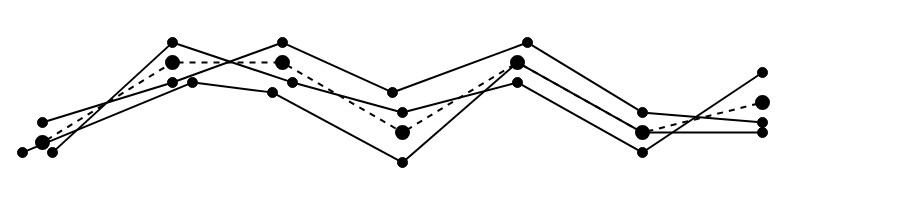
The draw.io diagram ReferenceCurveCalculation.drawio in bzumik1/UML, before the edit. Source tidied: cells renumbered, new cells numbered last; positions are measured from the earlier drawing's top-left corner, leaving out a move shared by most shapes. Both pictures are drawn from the tidied source at 100%, with x=0, y=0 at pixel (17, 37).
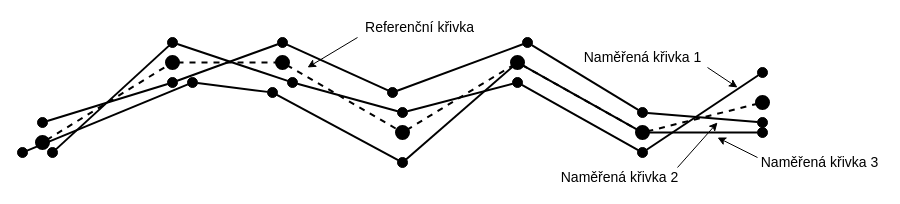
The same page after the edit.

Change to the diagram source:
```diff
@@
+    <mxCell id="56" value="&lt;font style=&quot;font-size: 14px&quot;&gt;Referenční křivka&lt;/font&gt;" style="text;html=1;strokeColor=none;fillColor=none;align=center;verticalAlign=middle;whiteSpace=wrap;rounded=0;" parent="1" vertex="1">
+      <mxGeometry x="340" y="-20" width="125" height="20" as="geometry" />
+    </mxCell>
+    <mxCell id="57" style="endArrow=classic;html=1;strokeWidth=1;fontSize=10;exitX=0;exitY=1;exitDx=0;exitDy=0;" parent="1" edge="1" source="56">
+      <mxGeometry relative="1" as="geometry">
+        <mxPoint x="290" y="30" as="targetPoint" />
+      </mxGeometry>
+    </mxCell>
+    <mxCell id="58" style="endArrow=classic;html=1;strokeWidth=1;fontSize=10;" parent="1" edge="1">
+      <mxGeometry relative="1" as="geometry">
+        <mxPoint x="740" y="120" as="sourcePoint" />
+        <mxPoint x="700" y="100" as="targetPoint" />
+      </mxGeometry>
+    </mxCell>
+    <mxCell id="59" value="&lt;font style=&quot;font-size: 14px&quot;&gt;Naměřená křivka 3&lt;/font&gt;" style="text;html=1;strokeColor=none;fillColor=none;align=center;verticalAlign=middle;whiteSpace=wrap;rounded=0;" parent="1" vertex="1">
+      <mxGeometry x="740" y="115" width="125" height="20" as="geometry" />
+    </mxCell>
+    <mxCell id="60" style="endArrow=classic;html=1;strokeWidth=1;fontSize=10;" parent="1" edge="1">
+      <mxGeometry relative="1" as="geometry">
+        <mxPoint x="690" y="30" as="sourcePoint" />
+        <mxPoint x="720" y="50" as="targetPoint" />
+      </mxGeometry>
+    </mxCell>
+    <mxCell id="61" value="&lt;font style=&quot;font-size: 14px&quot;&gt;Naměřená křivka 1&lt;/font&gt;" style="text;html=1;strokeColor=none;fillColor=none;align=center;verticalAlign=middle;whiteSpace=wrap;rounded=0;" parent="1" vertex="1">
+      <mxGeometry x="562.5" y="10" width="125" height="20" as="geometry" />
+    </mxCell>
+    <mxCell id="62" style="endArrow=classic;html=1;strokeWidth=1;fontSize=10;" parent="1" edge="1">
+      <mxGeometry relative="1" as="geometry">
+        <mxPoint x="660" y="130" as="sourcePoint" />
+        <mxPoint x="700" y="85" as="targetPoint" />
+      </mxGeometry>
+    </mxCell>
+    <mxCell id="63" value="&lt;font style=&quot;font-size: 14px&quot;&gt;Naměřená křivka 2&lt;/font&gt;" style="text;html=1;strokeColor=none;fillColor=none;align=center;verticalAlign=middle;whiteSpace=wrap;rounded=0;" parent="1" vertex="1">
+      <mxGeometry x="540" y="130" width="125" height="20" as="geometry" />
+    </mxCell>
```
